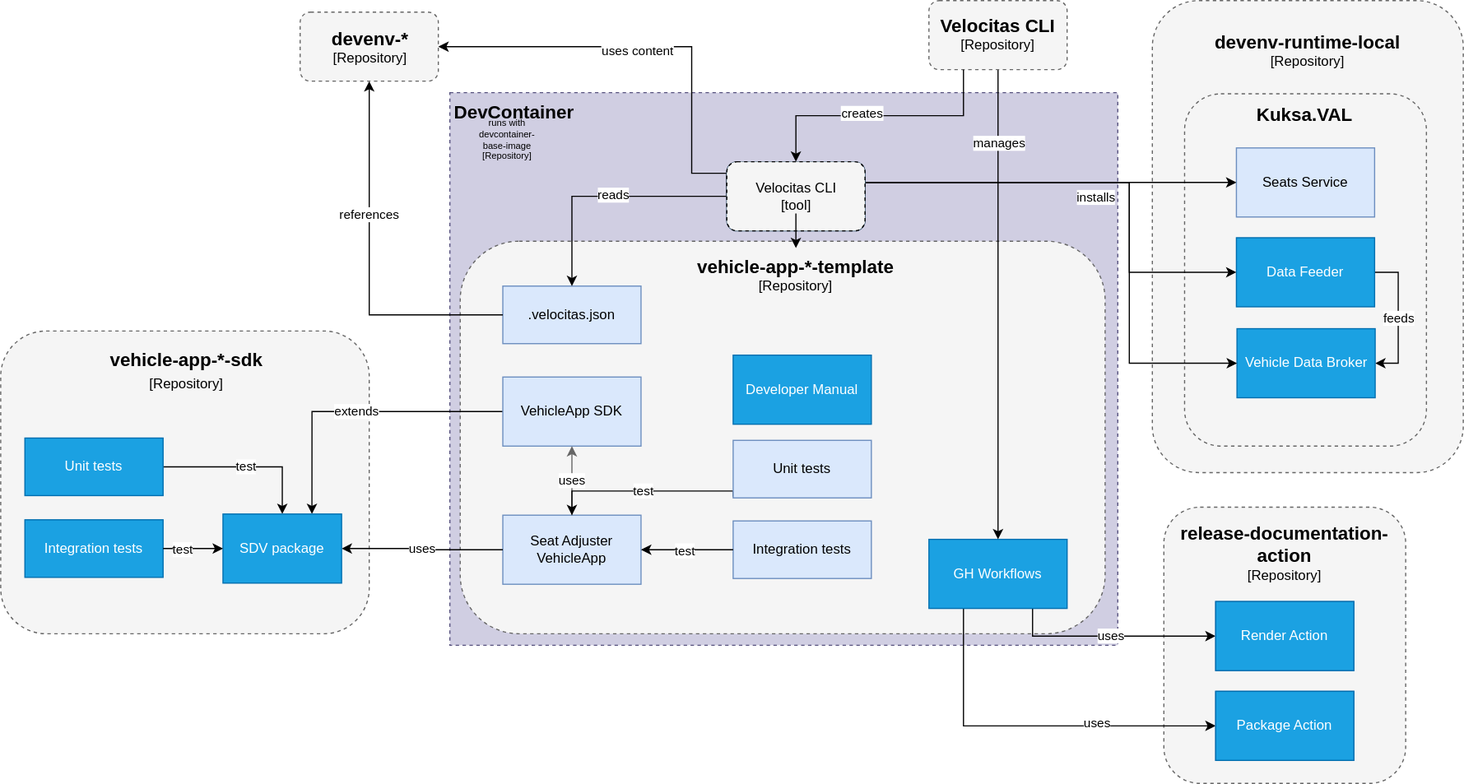
Before: content/en/docs/about/repository-overview/project-overview.drawio.svg, a diagram exported from draw.io (eclipse-velocitas/velocitas-docs). Source tidied: cells renumbered, new cells last; positions are measured from the earlier drawing's top-left corner, leaving out a move shared by most shapes.
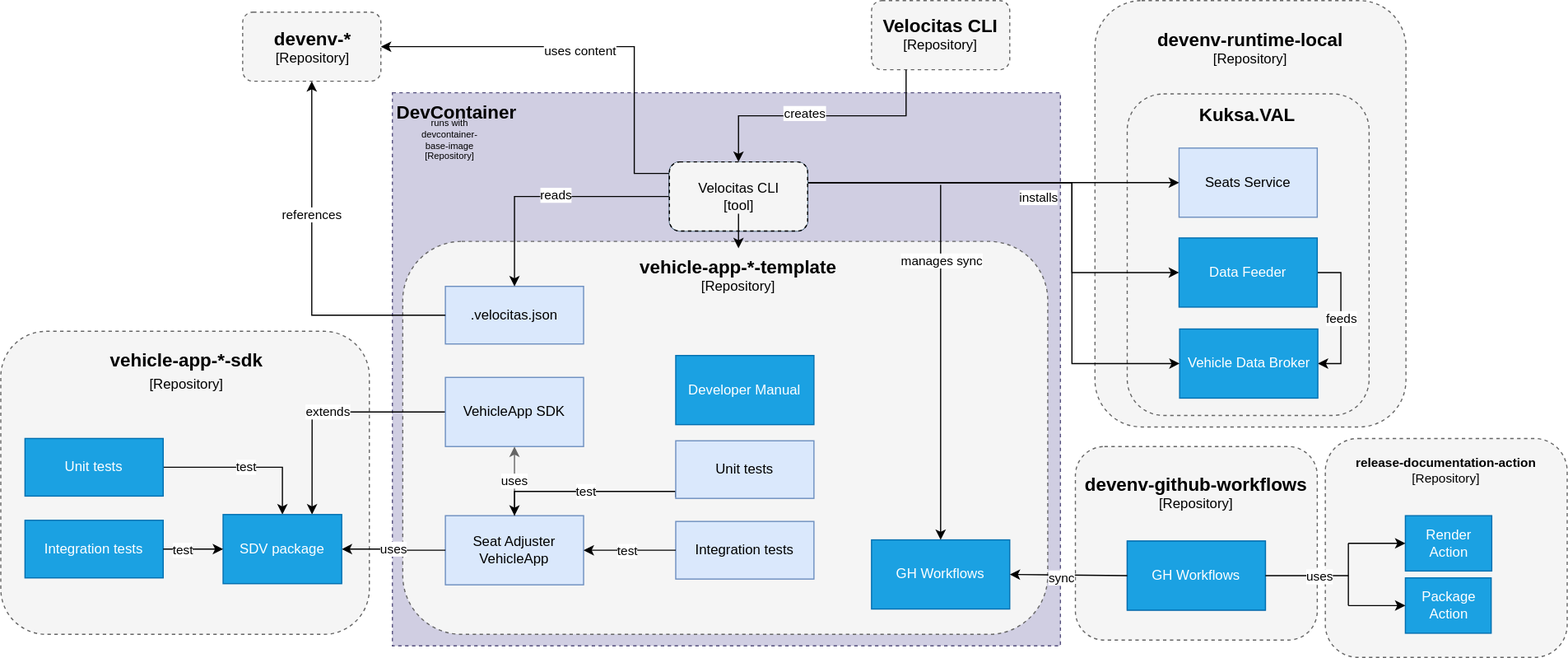
After the commit.

Commit message:
Adapt repository overview image

Change to the diagram source:
```diff
@@ -3,33 +3,28 @@
     <mxCell id="0" />
     <mxCell id="1" parent="0" />
     <mxCell id="2" style="group;" parent="1" vertex="1">
-      <mxGeometry x="1000" width="270" height="410" as="geometry" />
+      <mxGeometry x="1000" width="270" height="370" as="geometry" />
     </mxCell>
     <mxCell id="3" style="rounded=1;whiteSpace=wrap;html=1;labelPosition=center;verticalLabelPosition=bottom;align=center;verticalAlign=top;dashed=1;perimeterSpacing=0;strokeWidth=1;fillColor=#f5f5f5;fontColor=#333333;strokeColor=#666666;" parent="2" vertex="1">
-      <mxGeometry width="270" height="410" as="geometry" />
+      <mxGeometry width="270" height="370" as="geometry" />
     </mxCell>
     <mxCell id="4" value="&lt;div&gt;&lt;font style=&quot;font-size: 13px;&quot;&gt;&lt;font style=&quot;font-size: 14px;&quot;&gt;&lt;font style=&quot;font-size: 15px;&quot;&gt;&lt;font style=&quot;font-size: 16px;&quot;&gt;&lt;b&gt;devenv-runtime-local&lt;/b&gt;&lt;/font&gt;&lt;/font&gt;&lt;/font&gt;&lt;/font&gt;&lt;/div&gt;&lt;div&gt;[Repository]&lt;br&gt;&lt;/div&gt;" style="text;whiteSpace=wrap;html=1;align=center;" parent="2" vertex="1">
-      <mxGeometry x="9" y="20" width="252" height="205" as="geometry" />
+      <mxGeometry x="9" y="18.1" width="252" height="185" as="geometry" />
     </mxCell>
     <mxCell id="5" style="rounded=0;whiteSpace=wrap;html=1;labelPosition=center;verticalLabelPosition=bottom;align=center;verticalAlign=top;dashed=1;perimeterSpacing=0;strokeWidth=1;fillColor=#d0cee2;strokeColor=#56517e;" parent="1" vertex="1">
       <mxGeometry x="390" y="80" width="580" height="480" as="geometry" />
     </mxCell>
     <mxCell id="6" style="rounded=1;whiteSpace=wrap;html=1;labelPosition=center;verticalLabelPosition=bottom;align=center;verticalAlign=top;dashed=1;perimeterSpacing=0;strokeWidth=1;fillColor=#f5f5f5;fontColor=#333333;strokeColor=#666666;" parent="1" vertex="1">
-      <mxGeometry x="1028" y="81" width="210" height="306" as="geometry" />
+      <mxGeometry x="1028" y="81" width="210" height="279" as="geometry" />
     </mxCell>
-    <mxCell id="7" style="rounded=1;whiteSpace=wrap;html=1;labelPosition=center;verticalLabelPosition=bottom;align=center;verticalAlign=top;dashed=1;perimeterSpacing=0;strokeWidth=1;fillColor=#f5f5f5;fontColor=#333333;strokeColor=#666666;" parent="1" vertex="1">
-      <mxGeometry x="1010" y="440" width="210" height="240" as="geometry" />
-    </mxCell>
     <mxCell id="8" style="rounded=1;whiteSpace=wrap;html=1;labelPosition=center;verticalLabelPosition=bottom;align=center;verticalAlign=top;dashed=1;perimeterSpacing=0;strokeWidth=1;fillColor=#f5f5f5;fontColor=#333333;strokeColor=#666666;" parent="1" vertex="1">
-      <mxGeometry y="287" width="320" height="263" as="geometry" />
+      <mxGeometry x="50" y="287" width="320" height="263" as="geometry" />
     </mxCell>
     <mxCell id="9" style="rounded=1;whiteSpace=wrap;html=1;labelPosition=center;verticalLabelPosition=bottom;align=center;verticalAlign=top;dashed=1;perimeterSpacing=0;strokeWidth=1;fillColor=#f5f5f5;fontColor=#333333;strokeColor=#666666;" parent="1" vertex="1">
       <mxGeometry x="399" y="209" width="560" height="341" as="geometry" />
     </mxCell>
-    <mxCell id="10" value="extends" style="edgeStyle=orthogonalEdgeStyle;rounded=0;jettySize=auto;html=1;entryX=0.75;entryY=0;entryDx=0;entryDy=0;" parent="1" edge="1" source="11">
-      <mxGeometry relative="1" as="geometry">
-        <mxPoint x="270.2" y="446" as="targetPoint" />
-      </mxGeometry>
+    <mxCell id="10" value="extends" style="edgeStyle=orthogonalEdgeStyle;rounded=0;jettySize=auto;html=1;entryX=0.75;entryY=0;entryDx=0;entryDy=0;" parent="1" edge="1" source="11" target="31">
+      <mxGeometry relative="1" as="geometry" />
     </mxCell>
     <mxCell id="11" value="VehicleApp SDK" style="rounded=0;whiteSpace=wrap;html=1;fillColor=#dae8fc;strokeColor=#6c8ebf;shadow=0;" parent="1" vertex="1">
       <mxGeometry x="436" y="327" width="120" height="60" as="geometry" />
@@ -40,10 +35,8 @@
     <mxCell id="13" value="uses" style="edgeStyle=orthogonalEdgeStyle;rounded=0;jettySize=auto;html=1;exitX=0.5;exitY=0;exitDx=0;exitDy=0;fillColor=#f5f5f5;strokeColor=#666666;" parent="1" edge="1" source="12" target="11">
       <mxGeometry relative="1" as="geometry" />
     </mxCell>
-    <mxCell id="14" value="uses" style="edgeStyle=orthogonalEdgeStyle;rounded=0;jettySize=auto;html=1;entryX=1;entryY=0.5;entryDx=0;entryDy=0;" parent="1" edge="1" source="12">
-      <mxGeometry relative="1" as="geometry">
-        <mxPoint x="296" y="476" as="targetPoint" />
-      </mxGeometry>
+    <mxCell id="14" value="uses" style="edgeStyle=orthogonalEdgeStyle;rounded=0;jettySize=auto;html=1;entryX=1;entryY=0.5;entryDx=0;entryDy=0;" parent="1" edge="1" source="12" target="31">
+      <mxGeometry relative="1" as="geometry" />
     </mxCell>
     <mxCell id="15" value="feeds" style="edgeStyle=orthogonalEdgeStyle;rounded=0;jettySize=auto;html=1;entryX=1;entryY=0.5;entryDx=0;entryDy=0;exitX=1;exitY=0.5;exitDx=0;exitDy=0;" parent="1" edge="1" source="38" target="34">
       <mxGeometry relative="1" as="geometry" />
@@ -60,34 +53,14 @@
         </Array>
       </mxGeometry>
     </mxCell>
-    <mxCell id="18" value="test" style="edgeStyle=orthogonalEdgeStyle;rounded=0;orthogonalLoop=1;jettySize=auto;html=1;" parent="1" edge="1">
+    <mxCell id="18" value="test" style="edgeStyle=orthogonalEdgeStyle;rounded=0;jettySize=auto;html=1;entryX=0.5;entryY=0;entryDx=0;entryDy=0;" parent="1" edge="1" target="31">
       <mxGeometry relative="1" as="geometry">
-        <mxPoint x="141" y="405" as="sourcePoint" />
-        <mxPoint x="244.5" y="446" as="targetPoint" />
+        <mxPoint x="191" y="405" as="sourcePoint" />
       </mxGeometry>
     </mxCell>
-    <mxCell id="19" value="uses" style="edgeStyle=orthogonalEdgeStyle;rounded=0;jettySize=auto;html=1;entryX=0;entryY=0.5;entryDx=0;entryDy=0;exitX=0.25;exitY=1;exitDx=0;exitDy=0;" parent="1" edge="1" source="21" target="23">
-      <mxGeometry x="0.36" y="2" relative="1" as="geometry">
-        <Array as="points">
-          <mxPoint x="836" y="630" />
-        </Array>
-      </mxGeometry>
-    </mxCell>
-    <mxCell id="20" value="uses" style="edgeStyle=orthogonalEdgeStyle;rounded=0;jettySize=auto;html=1;entryX=0;entryY=0.5;entryDx=0;entryDy=0;exitX=0.75;exitY=1;exitDx=0;exitDy=0;" parent="1" edge="1" source="21" target="22">
-      <mxGeometry relative="1" as="geometry" />
-    </mxCell>
     <mxCell id="21" value="GH Workflows" style="rounded=0;whiteSpace=wrap;html=1;fillColor=#1ba1e2;strokeColor=#006EAF;shadow=0;fontColor=#ffffff;" parent="1" vertex="1">
       <mxGeometry x="806" y="468" width="120" height="60" as="geometry" />
     </mxCell>
-    <mxCell id="22" value="Render Action" style="rounded=0;whiteSpace=wrap;html=1;fillColor=#dae8fc;strokeColor=#6c8ebf;shadow=0;" parent="1" vertex="1">
-      <mxGeometry x="1055" y="522" width="120" height="60" as="geometry" />
-    </mxCell>
-    <mxCell id="23" value="Package Action" style="rounded=0;whiteSpace=wrap;html=1;fillColor=#dae8fc;strokeColor=#6c8ebf;shadow=0;" parent="1" vertex="1">
-      <mxGeometry x="1055" y="600" width="120" height="60" as="geometry" />
-    </mxCell>
-    <mxCell id="24" value="&lt;font style=&quot;font-size: 16px&quot;&gt;&lt;b&gt;release-documentation-action&lt;/b&gt;&lt;br&gt;&lt;/font&gt;[Repository]" style="text;html=1;strokeColor=none;fillColor=none;align=center;verticalAlign=middle;whiteSpace=wrap;rounded=0;shadow=0;dashed=1;" parent="1" vertex="1">
-      <mxGeometry x="1010" y="465" width="210" height="29" as="geometry" />
-    </mxCell>
     <mxCell id="25" value="&lt;font face=&quot;helvetica&quot;&gt;&lt;span style=&quot;font-size: 16px&quot;&gt;&lt;b&gt;Kuksa.VAL&lt;/b&gt;&lt;/span&gt;&lt;/font&gt;" style="text;whiteSpace=wrap;html=1;align=center;" parent="1" vertex="1">
       <mxGeometry x="1020" y="83" width="225" height="30" as="geometry" />
     </mxCell>
@@ -98,16 +71,16 @@
       <mxGeometry x="556" y="215" width="269" height="30" as="geometry" />
     </mxCell>
     <mxCell id="28" value="&lt;b style=&quot;font-size: 16px&quot;&gt;vehicle-app-*-sdk&lt;/b&gt;&lt;font style=&quot;font-size: 12px&quot;&gt;&lt;br&gt;[Repository]&lt;/font&gt;" style="text;whiteSpace=wrap;html=1;align=center;fontSize=16;" parent="1" vertex="1">
-      <mxGeometry x="44.5" y="296" width="232.5" height="30" as="geometry" />
+      <mxGeometry x="94.5" y="296" width="232.5" height="30" as="geometry" />
     </mxCell>
     <mxCell id="29" value="Unit tests" style="rounded=0;whiteSpace=wrap;html=1;fillColor=#1ba1e2;strokeColor=#006EAF;shadow=0;fontColor=#ffffff;" parent="1" vertex="1">
-      <mxGeometry x="21" y="380" width="120" height="50" as="geometry" />
+      <mxGeometry x="71" y="380" width="120" height="50" as="geometry" />
     </mxCell>
     <mxCell id="30" value="Integration tests" style="rounded=0;whiteSpace=wrap;html=1;fillColor=#1ba1e2;strokeColor=#006EAF;shadow=0;fontColor=#ffffff;" parent="1" vertex="1">
-      <mxGeometry x="21" y="451" width="120" height="50" as="geometry" />
+      <mxGeometry x="71" y="451" width="120" height="50" as="geometry" />
     </mxCell>
     <mxCell id="31" value="SDV package" style="rounded=0;whiteSpace=wrap;html=1;fillColor=#1ba1e2;strokeColor=#006EAF;shadow=0;fontColor=#ffffff;" parent="1" vertex="1">
-      <mxGeometry x="193" y="446" width="103" height="60" as="geometry" />
+      <mxGeometry x="243" y="446" width="103" height="60" as="geometry" />
     </mxCell>
     <mxCell id="32" value="Unit tests" style="rounded=0;whiteSpace=wrap;html=1;fillColor=#dae8fc;strokeColor=#6c8ebf;" parent="1" vertex="1">
       <mxGeometry x="636" y="382" width="120" height="50" as="geometry" />
@@ -118,12 +91,6 @@
     <mxCell id="34" value="Vehicle Data Broker" style="rounded=0;whiteSpace=wrap;html=1;fillColor=#1ba1e2;strokeColor=#006EAF;shadow=0;fontColor=#ffffff;" parent="1" vertex="1">
       <mxGeometry x="1073.5" y="285" width="120" height="60" as="geometry" />
     </mxCell>
-    <mxCell id="35" value="Render Action" style="rounded=0;whiteSpace=wrap;html=1;fillColor=#1ba1e2;strokeColor=#006EAF;shadow=0;fontColor=#ffffff;" parent="1" vertex="1">
-      <mxGeometry x="1055" y="522" width="120" height="60" as="geometry" />
-    </mxCell>
-    <mxCell id="36" value="Package Action" style="rounded=0;whiteSpace=wrap;html=1;fillColor=#1ba1e2;strokeColor=#006EAF;shadow=0;fontColor=#ffffff;" parent="1" vertex="1">
-      <mxGeometry x="1055" y="600" width="120" height="60" as="geometry" />
-    </mxCell>
     <mxCell id="37" value="Developer Manual" style="rounded=0;whiteSpace=wrap;html=1;fillColor=#1ba1e2;strokeColor=#006EAF;shadow=0;fontColor=#ffffff;" parent="1" vertex="1">
       <mxGeometry x="636" y="308" width="120" height="60" as="geometry" />
     </mxCell>
@@ -174,12 +141,14 @@
         </Array>
       </mxGeometry>
     </mxCell>
-    <mxCell id="48" style="endArrow=classic;html=1;rounded=0;strokeColor=default;entryX=0.5;entryY=0;entryDx=0;entryDy=0;exitX=0.5;exitY=1;exitDx=0;exitDy=0;" parent="1" edge="1" source="56" target="21">
-      <mxGeometry relative="1" as="geometry" />
+    <mxCell id="48" style="endArrow=classic;html=1;rounded=0;strokeColor=default;entryX=0.5;entryY=0;entryDx=0;entryDy=0;" parent="1" edge="1" target="21">
+      <mxGeometry relative="1" as="geometry">
+        <mxPoint x="866" y="160" as="sourcePoint" />
+      </mxGeometry>
     </mxCell>
-    <mxCell id="49" value="manages" style="edgeLabel;html=1;align=center;verticalAlign=middle;" parent="48" vertex="1">
+    <mxCell id="49" value="manages sync" style="edgeLabel;html=1;align=center;verticalAlign=middle;" parent="48" vertex="1">
       <mxGeometry x="-0.54" relative="1" as="geometry">
-        <mxPoint y="-31" as="offset" />
+        <mxPoint y="-6" as="offset" />
       </mxGeometry>
     </mxCell>
     <mxCell id="50" style="endArrow=classic;html=1;rounded=0;strokeColor=default;exitX=1;exitY=0.25;exitDx=0;exitDy=0;entryX=0;entryY=0.5;entryDx=0;entryDy=0;edgeStyle=orthogonalEdgeStyle;" parent="1" edge="1" source="61" target="38">
@@ -247,5 +216,65 @@
     <mxCell id="68" value="runs with&lt;br style=&quot;font-size: 8px;&quot;&gt;devcontainer-base-image&lt;br style=&quot;border-color: var(--border-color); font-size: 8px;&quot;&gt;[Repository]" style="text;html=1;strokeColor=none;fillColor=none;align=center;verticalAlign=middle;whiteSpace=wrap;rounded=0;fontSize=8;" parent="1" vertex="1">
       <mxGeometry x="410" y="106" width="60" height="30" as="geometry" />
     </mxCell>
+    <mxCell id="69" style="rounded=1;whiteSpace=wrap;html=1;labelPosition=center;verticalLabelPosition=bottom;align=center;verticalAlign=top;dashed=1;perimeterSpacing=0;strokeWidth=1;fillColor=#f5f5f5;fontColor=#333333;strokeColor=#666666;" parent="1" vertex="1">
+      <mxGeometry x="983" y="387" width="210" height="168" as="geometry" />
+    </mxCell>
+    <mxCell id="22" value="Render Action" style="rounded=0;whiteSpace=wrap;html=1;fillColor=#dae8fc;strokeColor=#6c8ebf;shadow=0;" parent="1" vertex="1">
+      <mxGeometry x="1028" y="469" width="120" height="60" as="geometry" />
+    </mxCell>
+    <mxCell id="70" value="&lt;div style=&quot;border-color: var(--border-color);&quot;&gt;&lt;font style=&quot;border-color: var(--border-color); font-size: 13px;&quot;&gt;&lt;font style=&quot;border-color: var(--border-color); font-size: 14px;&quot;&gt;&lt;font style=&quot;border-color: var(--border-color); font-size: 15px;&quot;&gt;&lt;font style=&quot;border-color: var(--border-color); font-size: 16px;&quot;&gt;&lt;b style=&quot;border-color: var(--border-color);&quot;&gt;devenv-github-workflows&lt;/b&gt;&lt;/font&gt;&lt;/font&gt;&lt;/font&gt;&lt;/font&gt;&lt;/div&gt;[Repository]" style="text;html=1;strokeColor=none;fillColor=none;align=center;verticalAlign=middle;whiteSpace=wrap;rounded=0;shadow=0;dashed=1;" parent="1" vertex="1">
+      <mxGeometry x="983" y="412" width="210" height="29" as="geometry" />
+    </mxCell>
+    <mxCell id="71" value="GH Workflows" style="rounded=0;whiteSpace=wrap;html=1;fillColor=#1ba1e2;strokeColor=#006EAF;shadow=0;fontColor=#ffffff;" parent="1" vertex="1">
+      <mxGeometry x="1028" y="469" width="120" height="60" as="geometry" />
+    </mxCell>
+    <mxCell id="72" style="endArrow=classic;html=1;rounded=0;exitX=0;exitY=0.5;exitDx=0;exitDy=0;entryX=1;entryY=0.5;entryDx=0;entryDy=0;" parent="1" edge="1" source="71" target="21">
+      <mxGeometry relative="1" as="geometry" />
+    </mxCell>
+    <mxCell id="73" value="sync" style="edgeLabel;html=1;align=center;verticalAlign=middle;" parent="72" vertex="1">
+      <mxGeometry x="0.12" y="2" relative="1" as="geometry" />
+    </mxCell>
+    <mxCell id="74" style="rounded=1;whiteSpace=wrap;html=1;labelPosition=center;verticalLabelPosition=bottom;align=center;verticalAlign=top;dashed=1;perimeterSpacing=0;strokeWidth=1;fillColor=#f5f5f5;fontColor=#333333;strokeColor=#666666;" parent="1" vertex="1">
+      <mxGeometry x="1200" y="380" width="210" height="190" as="geometry" />
+    </mxCell>
+    <mxCell id="24" value="&lt;font style=&quot;font-size: 11px;&quot;&gt;&lt;b style=&quot;font-size: 11px;&quot;&gt;release-documentation-action&lt;/b&gt;&lt;br style=&quot;font-size: 11px;&quot;&gt;&lt;/font&gt;[Repository]" style="text;html=1;strokeColor=none;fillColor=none;align=center;verticalAlign=middle;whiteSpace=wrap;rounded=0;shadow=0;dashed=1;fontSize=11;" parent="1" vertex="1">
+      <mxGeometry x="1200" y="393" width="210" height="29" as="geometry" />
+    </mxCell>
+    <mxCell id="35" value="Render Action" style="rounded=0;whiteSpace=wrap;html=1;fillColor=#1ba1e2;strokeColor=#006EAF;shadow=0;fontColor=#ffffff;" parent="1" vertex="1">
+      <mxGeometry x="1269.5" y="447" width="75" height="48" as="geometry" />
+    </mxCell>
+    <mxCell id="36" value="Package Action" style="rounded=0;whiteSpace=wrap;html=1;fillColor=#1ba1e2;strokeColor=#006EAF;shadow=0;fontColor=#ffffff;" parent="1" vertex="1">
+      <mxGeometry x="1269.5" y="501" width="74.5" height="48" as="geometry" />
+    </mxCell>
+    <mxCell id="75" style="group;" parent="1" vertex="1">
+      <mxGeometry x="1180" y="471" width="40" height="54" as="geometry" />
+    </mxCell>
+    <mxCell id="76" style="endArrow=none;html=1;rounded=0;exitX=1;exitY=0.5;exitDx=0;exitDy=0;" parent="75" edge="1" source="71">
+      <mxGeometry relative="1" as="geometry">
+        <mxPoint x="40" y="28" as="targetPoint" />
+        <Array as="points">
+          <mxPoint y="28" />
+        </Array>
+      </mxGeometry>
+    </mxCell>
+    <mxCell id="77" value="uses" style="edgeLabel;html=1;align=center;verticalAlign=middle;fontSize=11;" parent="76" vertex="1">
+      <mxGeometry x="0.28" relative="1" as="geometry" />
+    </mxCell>
+    <mxCell id="78" style="endArrow=classic;html=1;rounded=0;entryX=0;entryY=0.5;entryDx=0;entryDy=0;" parent="75" edge="1" target="35">
+      <mxGeometry relative="1" as="geometry">
+        <mxPoint x="40" as="sourcePoint" />
+      </mxGeometry>
+    </mxCell>
+    <mxCell id="79" style="endArrow=classic;html=1;rounded=0;entryX=0;entryY=0.5;entryDx=0;entryDy=0;" parent="75" edge="1" target="36">
+      <mxGeometry relative="1" as="geometry">
+        <mxPoint x="40" y="54" as="sourcePoint" />
+      </mxGeometry>
+    </mxCell>
+    <mxCell id="80" style="endArrow=none;html=1;rounded=0;fontSize=11;" parent="75" edge="1">
+      <mxGeometry relative="1" as="geometry">
+        <mxPoint x="40" y="54" as="sourcePoint" />
+        <mxPoint x="40" as="targetPoint" />
+      </mxGeometry>
+    </mxCell>
   </root>
 </mxGraphModel>
```
